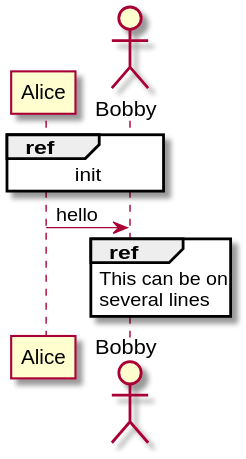
The PlantUML diagram new-diagram.svg in paskahlisanjas/diagram-as-code, before a commit.
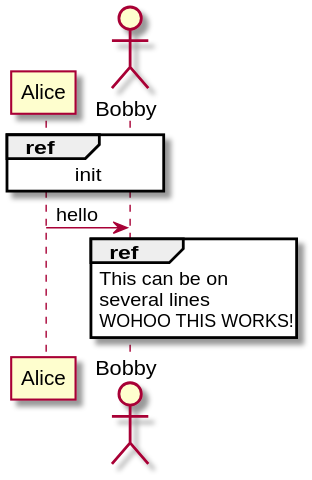
The same file after the commit.

Commit message:
chore: re-generate UML diagrams

Change to the diagram source:
```diff
@@ -9,5 +9,6 @@
 ref over Bobby
   This can be on
   several lines
+  WOHOO THIS WORKS!
 end ref
 @enduml
```
